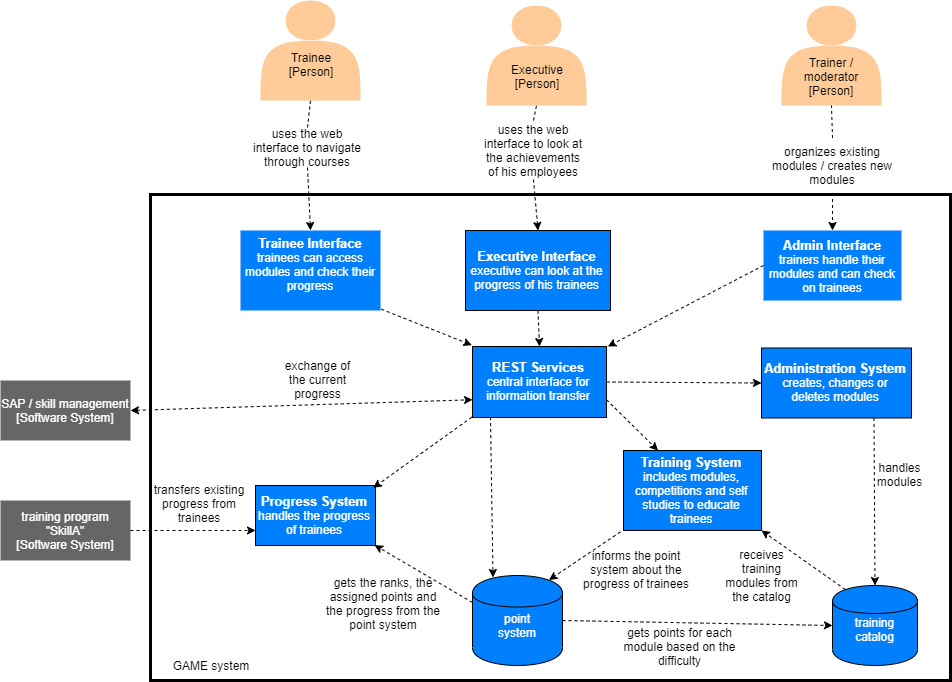
game-admin/game keeps this draw.io diagram as documentation/img/c4_container.png. Above is the earlier version. Source tidied: cells renumbered, new cells last; positions are measured from the earlier drawing's top-left corner, leaving out a move shared by most shapes.
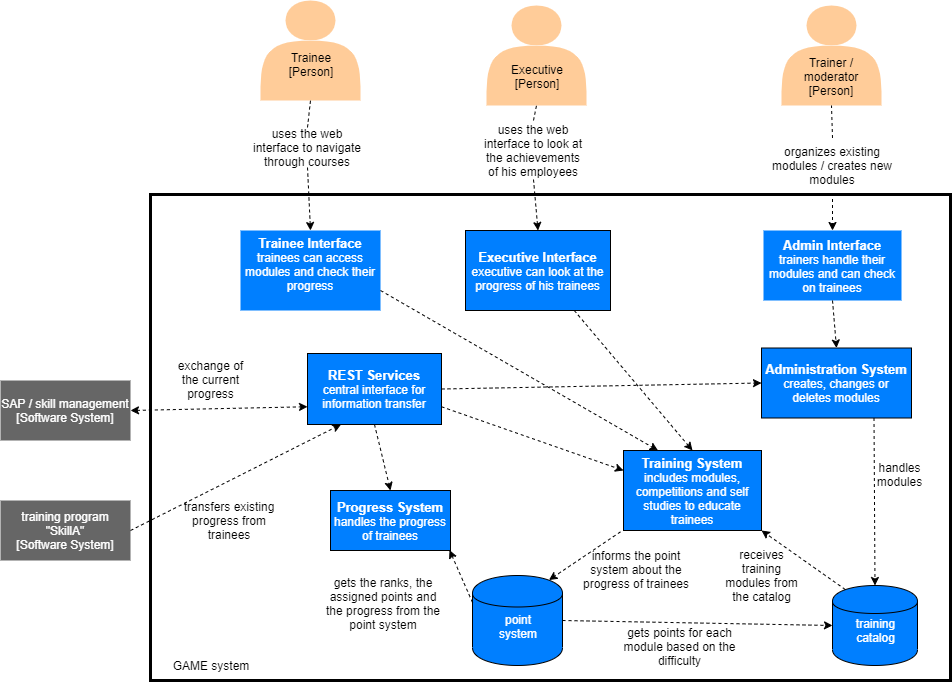
Above is the later version.

What changed in the source:
```diff
@@ -39,7 +39,7 @@
       <mxGeometry relative="1" as="geometry" />
     </mxCell>
     <mxCell id="14" value="&lt;font color=&quot;#ffffff&quot;&gt;&lt;font style=&quot;font-size: 13px&quot;&gt;&lt;b&gt;REST Services&lt;/b&gt;&lt;/font&gt;&lt;br&gt;central interface for information transfer&lt;br&gt;&lt;/font&gt;" style="rounded=0;whiteSpace=wrap;html=1;fillColor=#007FFF;" parent="1" vertex="1">
-      <mxGeometry x="472" y="346" width="134" height="71" as="geometry" />
+      <mxGeometry x="307" y="353" width="134" height="71" as="geometry" />
     </mxCell>
     <mxCell id="15" style="endArrow=classic;html=1;dashed=1;entryX=0.5;entryY=0;entryDx=0;entryDy=0;exitX=0.5;exitY=1;exitDx=0;exitDy=0;" parent="1" edge="1" source="16" target="10">
       <mxGeometry relative="1" as="geometry" />
@@ -75,26 +75,20 @@
       <mxGeometry x="615.5" y="636" width="127" height="20" as="geometry" />
     </mxCell>
     <mxCell id="26" value="&lt;font color=&quot;#ffffff&quot;&gt;&lt;font style=&quot;font-size: 13px&quot;&gt;&lt;b&gt;Progress System&lt;/b&gt;&lt;/font&gt;&lt;br&gt;handles the progress of trainees&lt;br&gt;&lt;/font&gt;" style="rounded=0;whiteSpace=wrap;html=1;fillColor=#007FFF;" parent="1" vertex="1">
-      <mxGeometry x="255" y="485" width="120" height="60" as="geometry" />
+      <mxGeometry x="330" y="490" width="120" height="60" as="geometry" />
     </mxCell>
-    <mxCell id="27" style="endArrow=classic;html=1;dashed=1;entryX=-0.005;entryY=-0.019;entryDx=0;entryDy=0;exitX=1.005;exitY=0.983;exitDx=0;exitDy=0;exitPerimeter=0;entryPerimeter=0;" parent="1" edge="1" source="6" target="14">
-      <mxGeometry relative="1" as="geometry" />
-    </mxCell>
-    <mxCell id="28" style="endArrow=classic;html=1;dashed=1;entryX=1.01;entryY=0;entryDx=0;entryDy=0;exitX=0;exitY=0.5;exitDx=0;exitDy=0;entryPerimeter=0;" parent="1" edge="1" source="10" target="14">
+    <mxCell id="28" style="endArrow=classic;html=1;dashed=1;entryX=0.5;entryY=0;entryDx=0;entryDy=0;exitX=0.5;exitY=1;exitDx=0;exitDy=0;" parent="1" edge="1" source="10" target="44">
       <mxGeometry relative="1" as="geometry" />
     </mxCell>
-    <mxCell id="29" style="endArrow=classic;html=1;dashed=1;entryX=0.981;entryY=0.039;entryDx=0;entryDy=0;exitX=-0.005;exitY=0.995;exitDx=0;exitDy=0;exitPerimeter=0;entryPerimeter=0;" parent="1" edge="1" source="14" target="26">
+    <mxCell id="29" style="endArrow=classic;html=1;dashed=1;entryX=0.5;entryY=0;entryDx=0;entryDy=0;exitX=0.5;exitY=1;exitDx=0;exitDy=0;" parent="1" edge="1" source="14" target="26">
       <mxGeometry relative="1" as="geometry" />
     </mxCell>
     <mxCell id="30" value="transfers existing progress from trainees" style="text;html=1;strokeColor=none;fillColor=none;align=center;verticalAlign=middle;whiteSpace=wrap;rounded=0;rotation=0;" parent="1" vertex="1">
-      <mxGeometry x="150" y="493" width="98" height="20" as="geometry" />
+      <mxGeometry x="180" y="510" width="98" height="20" as="geometry" />
     </mxCell>
     <mxCell id="31" value="&lt;font color=&quot;#ffffff&quot;&gt;&lt;font style=&quot;font-size: 13px&quot;&gt;&lt;b&gt;Executive Interface&lt;/b&gt;&lt;/font&gt;&lt;br&gt;executive can look at the progress of his trainees&lt;br&gt;&lt;/font&gt;" style="rounded=0;whiteSpace=wrap;html=1;fillColor=#007FFF;" parent="1" vertex="1">
       <mxGeometry x="465" y="230" width="145" height="80" as="geometry" />
     </mxCell>
-    <mxCell id="32" style="endArrow=classic;html=1;dashed=1;entryX=0.5;entryY=0;entryDx=0;entryDy=0;exitX=0.5;exitY=1;exitDx=0;exitDy=0;" parent="1" edge="1" source="31" target="14">
-      <mxGeometry relative="1" as="geometry" />
-    </mxCell>
     <mxCell id="33" value="gets the ranks, the assigned points and the progress from the point system" style="text;html=1;strokeColor=none;fillColor=none;align=center;verticalAlign=middle;whiteSpace=wrap;rounded=0;rotation=0;" parent="1" vertex="1">
       <mxGeometry x="323" y="593" width="120" height="20" as="geometry" />
     </mxCell>
@@ -102,12 +96,12 @@
       <mxGeometry relative="1" as="geometry" />
     </mxCell>
     <mxCell id="35" value="exchange of the current progress" style="text;html=1;strokeColor=none;fillColor=none;align=center;verticalAlign=middle;whiteSpace=wrap;rounded=0;" parent="1" vertex="1">
-      <mxGeometry x="275" y="368.5" width="85" height="20" as="geometry" />
+      <mxGeometry x="167.5" y="368.5" width="85" height="20" as="geometry" />
     </mxCell>
     <mxCell id="36" value="&lt;font color=&quot;#ffffff&quot;&gt;&lt;font style=&quot;font-size: 13px&quot;&gt;&lt;b&gt;Training System&lt;/b&gt;&lt;/font&gt;&lt;br&gt;includes modules, competitions and self studies to educate trainees&lt;br&gt;&lt;/font&gt;" style="rounded=0;whiteSpace=wrap;html=1;fillColor=#007FFF;" parent="1" vertex="1">
       <mxGeometry x="623" y="450" width="138" height="80" as="geometry" />
     </mxCell>
-    <mxCell id="37" style="endArrow=classic;html=1;dashed=1;exitX=1;exitY=0.75;exitDx=0;exitDy=0;entryX=0.25;entryY=0;entryDx=0;entryDy=0;" parent="1" edge="1" source="14" target="36">
+    <mxCell id="37" style="endArrow=classic;html=1;dashed=1;exitX=1;exitY=0.75;exitDx=0;exitDy=0;entryX=0;entryY=0.25;entryDx=0;entryDy=0;" parent="1" edge="1" source="14" target="36">
       <mxGeometry relative="1" as="geometry" />
     </mxCell>
     <mxCell id="38" style="endArrow=classic;html=1;dashed=1;exitX=0.15;exitY=0.05;exitDx=0;exitDy=0;exitPerimeter=0;" parent="1" edge="1" source="19">
@@ -124,7 +118,7 @@
     <mxCell id="41" value="informs the point system about the progress of trainees" style="text;html=1;strokeColor=none;fillColor=none;align=center;verticalAlign=middle;whiteSpace=wrap;rounded=0;rotation=0;" parent="1" vertex="1">
       <mxGeometry x="579" y="559" width="114" height="20" as="geometry" />
     </mxCell>
-    <mxCell id="42" style="endArrow=classic;html=1;dashed=1;entryX=0;entryY=0.75;entryDx=0;entryDy=0;exitX=1;exitY=0.5;exitDx=0;exitDy=0;" parent="1" edge="1" source="22" target="26">
+    <mxCell id="42" style="endArrow=classic;html=1;dashed=1;entryX=0.25;entryY=1;entryDx=0;entryDy=0;exitX=1;exitY=0.5;exitDx=0;exitDy=0;" parent="1" edge="1" source="22" target="14">
       <mxGeometry relative="1" as="geometry" />
     </mxCell>
     <mxCell id="43" style="endArrow=classic;html=1;dashed=1;entryX=0.992;entryY=0.994;entryDx=0;entryDy=0;exitX=0;exitY=0.3;exitDx=0;exitDy=0;entryPerimeter=0;" parent="1" edge="1" source="18" target="26">
@@ -139,8 +133,11 @@
     <mxCell id="46" style="endArrow=classic;html=1;dashed=1;entryX=0.5;entryY=0;entryDx=0;entryDy=0;exitX=0.75;exitY=1;exitDx=0;exitDy=0;" parent="1" edge="1" source="44" target="19">
       <mxGeometry relative="1" as="geometry" />
     </mxCell>
-    <mxCell id="47" style="endArrow=classic;html=1;dashed=1;entryX=0.228;entryY=0.022;entryDx=0;entryDy=0;entryPerimeter=0;exitX=0.134;exitY=0.995;exitDx=0;exitDy=0;exitPerimeter=0;" parent="1" edge="1" source="14" target="18">
-      <mxGeometry relative="1" as="geometry" />
-    </mxCell>
+    <mxCell id="48" style="endArrow=classic;html=1;entryX=0.5;entryY=0;entryDx=0;entryDy=0;exitX=0.75;exitY=1;exitDx=0;exitDy=0;dashed=1;" parent="1" edge="1" source="31" target="36">
+      <mxGeometry relative="1" as="geometry" />
+    </mxCell>
+    <mxCell id="49" style="endArrow=classic;html=1;dashed=1;entryX=0.25;entryY=0;entryDx=0;entryDy=0;exitX=1;exitY=0.75;exitDx=0;exitDy=0;" parent="1" edge="1" source="6" target="36">
+      <mxGeometry relative="1" as="geometry" />
+    </mxCell>
   </root>
 </mxGraphModel>
```
